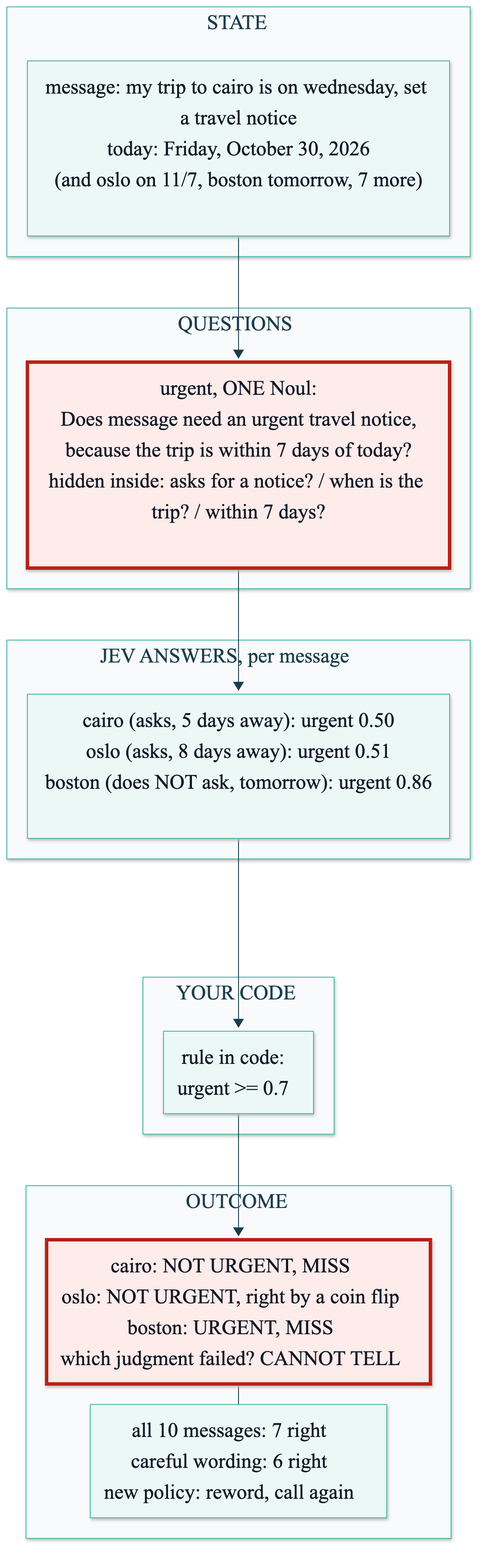
Earlier version of the Mermaid export course/diagrams/module_02/p1-problem-vague-question.png (axel-sirota/getting_started_jev). Its source is kept beside it as course/diagrams/module_02/p1-problem-vague-question.mmd.
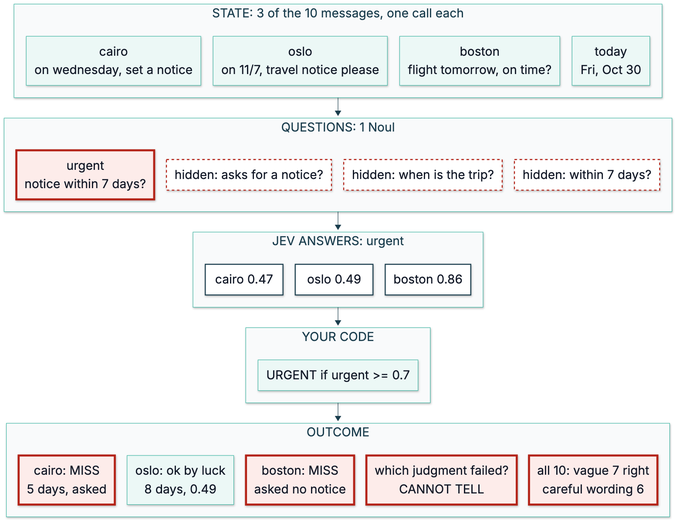
The same file after the commit.

The edit, as a diff of the source:
```diff
@@ -1,26 +1,47 @@
 %%{init: {"theme": "base", "themeVariables": {"fontFamily": "Inter, sans-serif", "primaryColor": "#ECF8F6", "primaryBorderColor": "#40B8A6", "primaryTextColor": "#111827", "lineColor": "#1A3D4D", "secondaryColor": "#F9FAFB", "tertiaryColor": "#FFFFFF", "clusterBkg": "#F9FAFB", "clusterBorder": "#D1D5DB", "actorBkg": "#ECF8F6", "actorBorder": "#40B8A6", "noteBkgColor": "#FFF6DA", "noteBorderColor": "#E0B84C"}}}%%
-flowchart TD
-  subgraph STATE["STATE"]
-    S["message: my trip to cairo is on wednesday, set a travel notice<br/>today: Friday, October 30, 2026<br/>(and oslo on 11/7, boston tomorrow, 7 more)"]
+flowchart TB
+  subgraph STATE["STATE: 3 of the 10 messages, one call each"]
+    direction LR
+    S1["cairo<br/>on wednesday, set a notice"]
+    S2["oslo<br/>on 11/7, travel notice please"]
+    S3["boston<br/>flight tomorrow, on time?"]
+    S4["today<br/>Fri, Oct 30"]
+    S1 ~~~ S2 ~~~ S3 ~~~ S4
   end
-  subgraph QUESTIONS["QUESTIONS"]
-    Q["urgent, ONE Noul:<br/>Does message need an urgent travel notice,<br/>because the trip is within 7 days of today?<br/>hidden inside: asks for a notice? / when is the trip? / within 7 days?"]
+  subgraph QUESTIONS["QUESTIONS: 1 Noul"]
+    direction LR
+    Q["urgent<br/>notice within 7 days?"]
+    H1["hidden: asks for a notice?"]
+    H2["hidden: when is the trip?"]
+    H3["hidden: within 7 days?"]
+    Q ~~~ H1 ~~~ H2 ~~~ H3
   end
-  subgraph ANSWERS["JEV ANSWERS, per message"]
-    A["cairo (asks, 5 days away): urgent 0.50<br/>oslo (asks, 8 days away): urgent 0.51<br/>boston (does NOT ask, tomorrow): urgent 0.86"]
+  subgraph ANSWERS["JEV ANSWERS: urgent"]
+    direction LR
+    A1["cairo 0.47"]
+    A2["oslo 0.49"]
+    A3["boston 0.86"]
+    A1 ~~~ A2 ~~~ A3
   end
   subgraph CODE["YOUR CODE"]
-    C["rule in code:<br/>urgent >= 0.7"]
+    direction LR
+    C["URGENT if urgent >= 0.7"]
   end
   subgraph OUTCOME["OUTCOME"]
-    O["cairo: NOT URGENT, MISS<br/>oslo: NOT URGENT, right by a coin flip<br/>boston: URGENT, MISS<br/>which judgment failed? CANNOT TELL"]
-    R["all 10 messages: 7 right<br/>careful wording: 6 right<br/>new policy: reword, call again"]
+    direction LR
+    O1["cairo: MISS<br/>5 days, asked"]
+    O2["oslo: ok by luck<br/>8 days, 0.49"]
+    O3["boston: MISS<br/>asked no notice"]
+    O4["which judgment failed?<br/>CANNOT TELL"]
+    O5["all 10: vague 7 right<br/>careful wording 6"]
+    O1 ~~~ O2 ~~~ O3 ~~~ O4 ~~~ O5
   end
-  S --> Q --> A --> C --> O
-  O --- R
+  STATE --> QUESTIONS --> ANSWERS --> CODE --> OUTCOME
 
   classDef fail fill:#FDECEA,stroke:#B42318,stroke-width:4px
-  classDef changed fill:#D5F2EC,stroke:#1A3D4D,stroke-width:4px
-  classDef ok fill:#ECF8F6,stroke:#1A3D4D,stroke-width:3px
+  classDef hidden fill:#FFFFFF,stroke:#B42318,stroke-width:2px,stroke-dasharray:5 5
+  classDef score fill:#FFFFFF,stroke:#1A3D4D,stroke-width:2px
   class Q fail
-  class O fail
+  class H1,H2,H3 hidden
+  class A1,A2,A3 score
+  class O1,O3,O4,O5 fail
```
